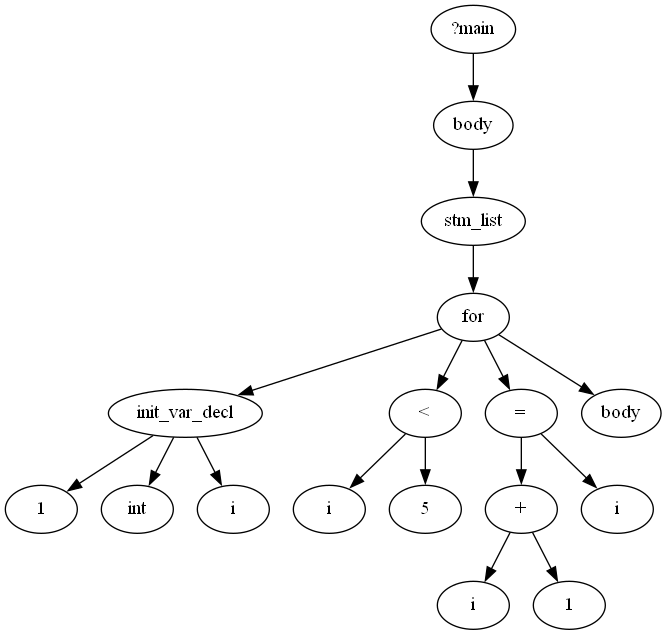
This is src/printer/images/AST.gv.png from KianBankeLarsen/Compiler, a Graphviz export, as it was before one commit. Its source is kept beside it as src/printer/images/AST.gv.
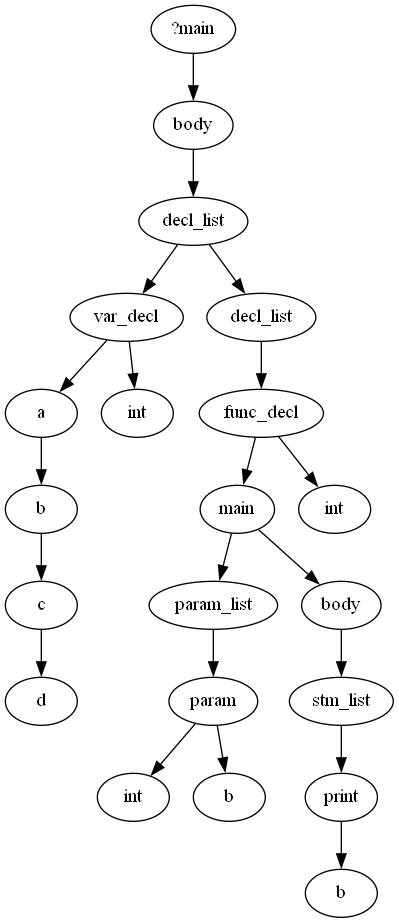
Later version of the same file.

Diff of the diagram source:
```diff
@@ -1,35 +1,43 @@
 digraph AST {
 	0 [label="?main"]
 	1 [label=body]
-	2 [label=stm_list]
-	3 [label=init_var_decl]
-	4 [label=1]
-	5 [label=int]
-	6 [label=i]
-	3 -> 5
-	3 -> 6
+	2 [label=var_decl]
+	3 [label=a]
+	4 [label=b]
+	5 [label=c]
+	6 [label=d]
+	5 -> 6
+	4 -> 5
 	3 -> 4
-	7 [label=i]
-	8 [label=5]
-	9 [label="<"]
-	9 -> 7
-	9 -> 8
-	10 [label=i]
-	11 [label=1]
-	12 [label="+"]
-	12 -> 10
-	12 -> 11
-	13 [label="="]
-	14 [label=i]
-	13 -> 14
-	13 -> 12
+	7 [label=int]
+	2 -> 3
+	2 -> 7
+	8 [label=decl_list]
+	9 [label=func_decl]
+	10 [label=main]
+	11 [label=param]
+	12 [label=int]
+	13 [label=b]
+	11 -> 12
+	11 -> 13
+	14 [label=param_list]
+	14 -> 11
+	10 -> 14
 	15 [label=body]
-	16 [label=for]
-	16 -> 3
-	16 -> 9
-	16 -> 13
-	16 -> 15
-	2 -> 16
-	1 -> 2
+	16 [label=stm_list]
+	17 [label=b]
+	18 [label=print]
+	18 -> 17
+	16 -> 18
+	15 -> 16
+	10 -> 15
+	19 [label=int]
+	9 -> 10
+	9 -> 19
+	20 [label=decl_list]
+	20 -> 9
+	8 -> 20
+	8 -> 2
+	1 -> 8
 	0 -> 1
 }
```
